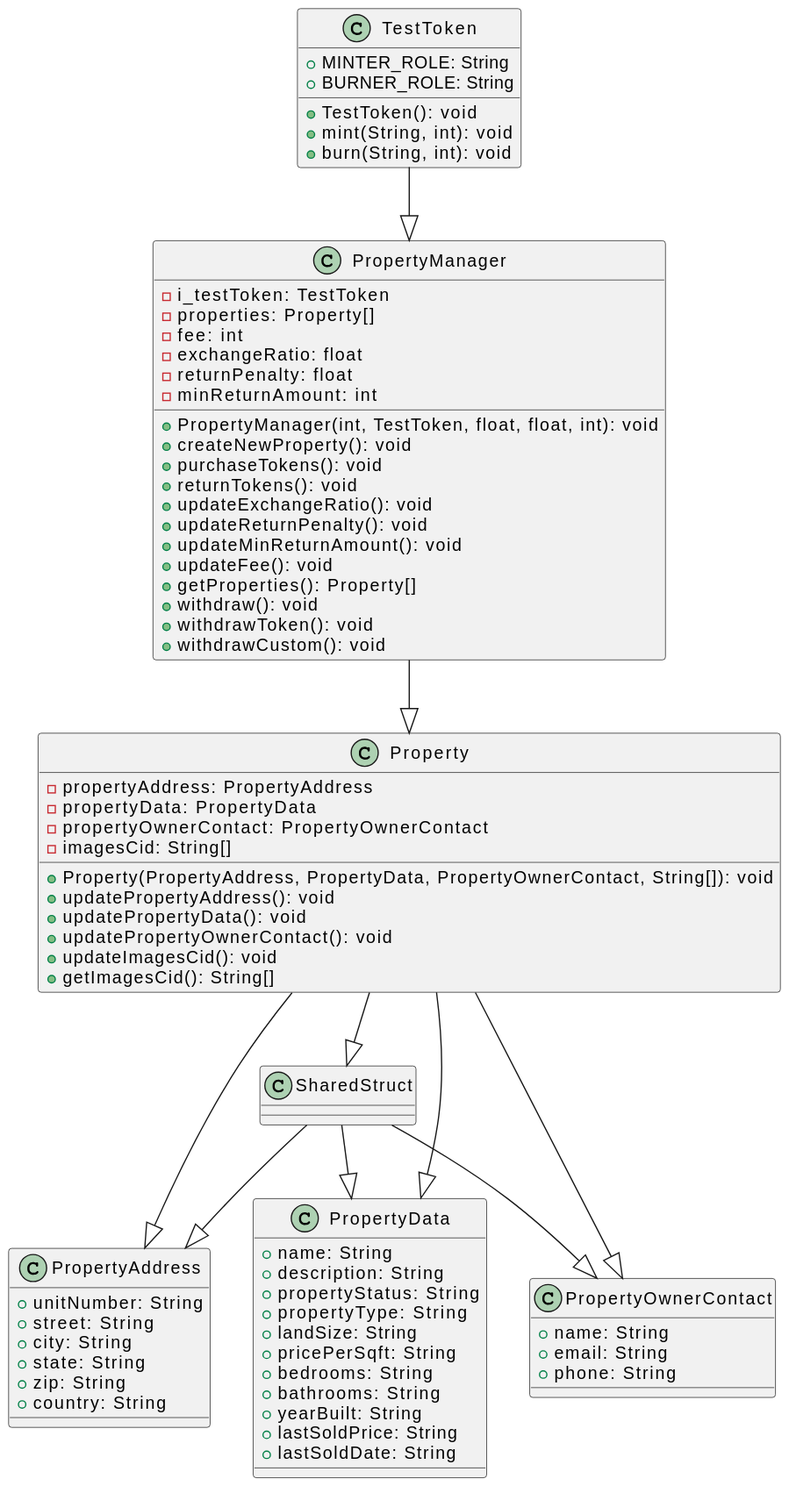
Earlier version of the PlantUML export documentation/DiagramSmartContract.svg (RickOwri/real-estate-contract).
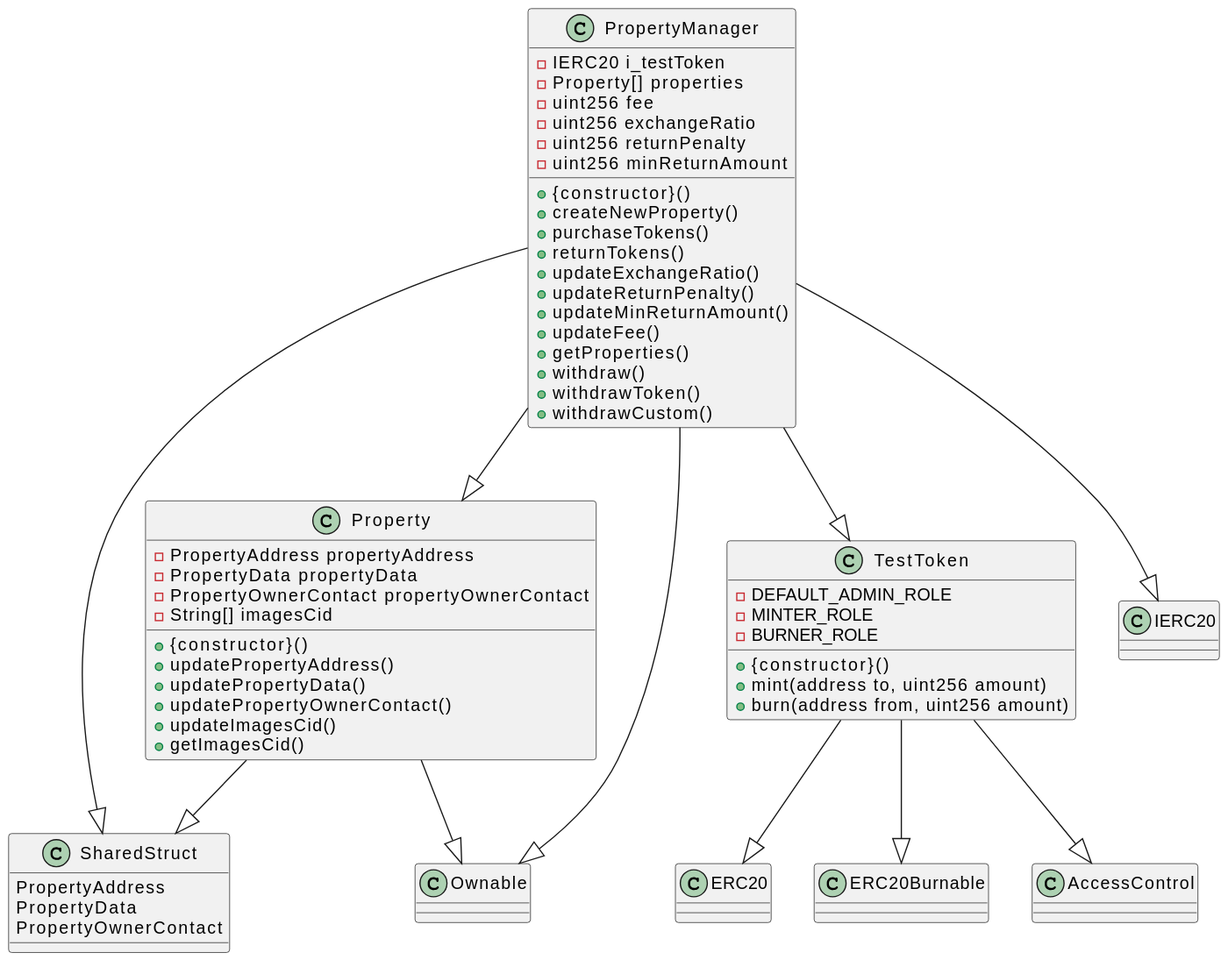
After the change.

Change to the diagram source:
```diff
@@ -1,88 +1,61 @@
 @startuml
 class Property {
-  -propertyAddress: PropertyAddress
-  -propertyData: PropertyData
-  -propertyOwnerContact: PropertyOwnerContact
-  -imagesCid: String[]
-  +Property(PropertyAddress, PropertyData, PropertyOwnerContact, String[]): void
-  +updatePropertyAddress(): void
-  +updatePropertyData(): void
-  +updatePropertyOwnerContact(): void
-  +updateImagesCid(): void
-  +getImagesCid(): String[]
+    - PropertyAddress propertyAddress
+    - PropertyData propertyData
+    - PropertyOwnerContact propertyOwnerContact
+    - String[] imagesCid
+    + {constructor}()
+    + updatePropertyAddress()
+    + updatePropertyData()
+    + updatePropertyOwnerContact()
+    + updateImagesCid()
+    + getImagesCid()
 }
 
 class PropertyManager {
-  -i_testToken: TestToken
-  -properties: Property[]
-  -fee: int
-  -exchangeRatio: float
-  -returnPenalty: float
-  -minReturnAmount: int
-  +PropertyManager(int, TestToken, float, float, int): void
-  +createNewProperty(): void
-  +purchaseTokens(): void
-  +returnTokens(): void
-  +updateExchangeRatio(): void
-  +updateReturnPenalty(): void
-  +updateMinReturnAmount(): void
-  +updateFee(): void
-  +getProperties(): Property[]
-  +withdraw(): void
-  +withdrawToken(): void
-  +withdrawCustom(): void
+    - IERC20 i_testToken
+    - Property[] properties
+    - uint256 fee
+    - uint256 exchangeRatio
+    - uint256 returnPenalty
+    - uint256 minReturnAmount
+    + {constructor}()
+    + createNewProperty()
+    + purchaseTokens()
+    + returnTokens()
+    + updateExchangeRatio()
+    + updateReturnPenalty()
+    + updateMinReturnAmount()
+    + updateFee()
+    + getProperties()
+    + withdraw()
+    + withdrawToken()
+    + withdrawCustom()
 }
 
 class SharedStruct {
-}
-
-class PropertyAddress {
-  +unitNumber: String
-  +street: String
-  +city: String
-  +state: String
-  +zip: String
-  +country: String
-}
-
-class PropertyData {
-  +name: String
-  +description: String
-  +propertyStatus: String
-  +propertyType: String
-  +landSize: String
-  +pricePerSqft: String
-  +bedrooms: String
-  +bathrooms: String
-  +yearBuilt: String
-  +lastSoldPrice: String
-  +lastSoldDate: String
-}
-
-class PropertyOwnerContact {
-  +name: String
-  +email: String
-  +phone: String
+    PropertyAddress
+    PropertyData
+    PropertyOwnerContact
 }
 
 class TestToken {
-  +MINTER_ROLE: String
-  +BURNER_ROLE: String
-  +TestToken(): void
-  +mint(String, int): void
-  +burn(String, int): void
+    - DEFAULT_ADMIN_ROLE
+    - MINTER_ROLE
+    - BURNER_ROLE
+    + {constructor}()
+    + mint(address to, uint256 amount)
+    + burn(address from, uint256 amount)
 }
 
 Property --|> SharedStruct
-Property --|> PropertyAddress
-Property --|> PropertyData
-Property --|> PropertyOwnerContact
-
+Property --|> Ownable
+PropertyManager --|> SharedStruct
+PropertyManager --|> Ownable
+PropertyManager --|> TestToken
 PropertyManager --|> Property
-
-TestToken --|> PropertyManager
-
-SharedStruct --|> PropertyAddress
-SharedStruct --|> PropertyData
-SharedStruct --|> PropertyOwnerContact
+PropertyManager --|> IERC20
+TestToken --|> ERC20
+TestToken --|> ERC20Burnable
+TestToken --|> AccessControl
 @enduml
```
